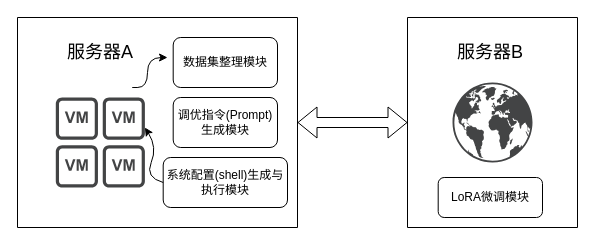
This is page "第 5 页" (5 of 7) of Agent-1.drawio from Dong-J93/_pictures, a draw.io file, before an edit. Source tidied: cells renumbered, new cells numbered last; positions are measured from the earlier drawing's top-left corner, leaving out a move shared by most shapes. Both pictures are drawn from the tidied source at 100%, with x=0, y=0 at pixel (17, 17).
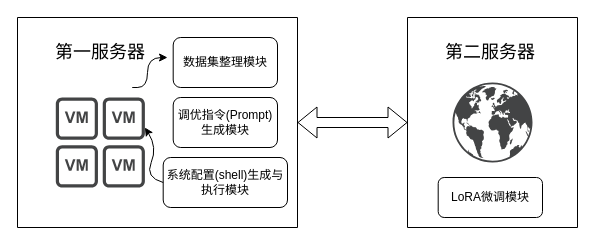
The same diagram, later.

The edit, as a diff of the source:
```diff
@@
 <mxGraphModel>
   <root>
     <mxCell id="0" />
     <mxCell id="1" parent="0" />
     <mxCell id="2" style="swimlane;startSize=0;" parent="1" vertex="1">
       <mxGeometry width="280" height="210" as="geometry" />
     </mxCell>
-    <mxCell id="3" value="&lt;span style=&quot;font-size: 18px;&quot;&gt;服务器A&lt;/span&gt;" style="text;html=1;align=center;verticalAlign=middle;whiteSpace=wrap;rounded=0;" parent="2" vertex="1">
+    <mxCell id="3" value="&lt;span style=&quot;font-size: 18px;&quot;&gt;第一服务器&lt;/span&gt;" style="text;html=1;align=center;verticalAlign=middle;whiteSpace=wrap;rounded=0;" parent="2" vertex="1">
       <mxGeometry x="10" y="10" width="145.7" height="50" as="geometry" />
     </mxCell>
     <mxCell id="4" style="sketch=0;shadow=0;dashed=0;html=1;strokeColor=none;fillColor=#434445;labelPosition=center;verticalLabelPosition=bottom;verticalAlign=top;align=center;shape=mxgraph.vvd.vm_group;" parent="2" vertex="1">
       <mxGeometry x="38.3" y="80" width="89.1" height="90" as="geometry" />
     </mxCell>
     <mxCell id="5" value="数据集整理模块" style="rounded=1;whiteSpace=wrap;html=1;" parent="2" vertex="1">
       <mxGeometry x="155.7" y="20" width="104.3" height="50" as="geometry" />
     </mxCell>
     <mxCell id="6" value="调优指令(Prompt)生成模块" style="rounded=1;whiteSpace=wrap;html=1;" parent="2" vertex="1">
       <mxGeometry x="155.7" y="80" width="104.3" height="50" as="geometry" />
     </mxCell>
     <mxCell id="7" value="系统配置(shell)生成与执行模块" style="rounded=1;whiteSpace=wrap;html=1;" parent="2" vertex="1">
       <mxGeometry x="145.7" y="140" width="124.3" height="50" as="geometry" />
     </mxCell>
     <mxCell id="8" style="curved=1;endArrow=classic;html=1;rounded=0;" parent="2" edge="1">
       <mxGeometry relative="1" as="geometry">
         <mxPoint x="120" y="70" as="sourcePoint" />
         <mxPoint x="150" y="40" as="targetPoint" />
         <Array as="points">
           <mxPoint x="110" y="70" />
           <mxPoint x="130" y="70" />
           <mxPoint x="130" y="40" />
         </Array>
       </mxGeometry>
     </mxCell>
     <mxCell id="9" style="curved=1;endArrow=classic;html=1;rounded=0;exitX=0;exitY=0.5;exitDx=0;exitDy=0;" parent="2" edge="1" source="7">
       <mxGeometry relative="1" as="geometry">
         <mxPoint x="127.4" y="110" as="targetPoint" />
         <Array as="points">
           <mxPoint x="127.4" y="160" />
           <mxPoint x="140" y="130" />
         </Array>
       </mxGeometry>
     </mxCell>
     <mxCell id="10" style="swimlane;startSize=0;" parent="1" vertex="1">
       <mxGeometry x="390" width="170" height="210" as="geometry" />
     </mxCell>
-    <mxCell id="11" value="&lt;span style=&quot;font-size: 18px;&quot;&gt;服务器B&lt;/span&gt;" style="text;html=1;align=center;verticalAlign=middle;whiteSpace=wrap;rounded=0;" parent="10" vertex="1">
+    <mxCell id="11" value="&lt;span style=&quot;font-size: 18px;&quot;&gt;第二服务器&lt;/span&gt;" style="text;html=1;align=center;verticalAlign=middle;whiteSpace=wrap;rounded=0;" parent="10" vertex="1">
       <mxGeometry x="10" y="10" width="145.7" height="50" as="geometry" />
     </mxCell>
     <mxCell id="12" style="sketch=0;shadow=0;dashed=0;html=1;strokeColor=none;fillColor=#434445;labelPosition=center;verticalLabelPosition=bottom;verticalAlign=top;align=center;shape=mxgraph.vvd.networking;" parent="10" vertex="1">
       <mxGeometry x="45" y="65" width="80" height="80" as="geometry" />
     </mxCell>
     <mxCell id="13" value="LoRA微调模块" style="rounded=1;whiteSpace=wrap;html=1;" parent="10" vertex="1">
       <mxGeometry x="30.7" y="160" width="104.3" height="40" as="geometry" />
     </mxCell>
     <mxCell id="14" style="shape=flexArrow;endArrow=classic;startArrow=classic;html=1;rounded=0;entryX=0;entryY=0.5;entryDx=0;entryDy=0;exitX=1;exitY=0.5;exitDx=0;exitDy=0;" parent="1" edge="1" source="2" target="10">
       <mxGeometry relative="1" as="geometry" />
     </mxCell>
   </root>
 </mxGraphModel>
```
